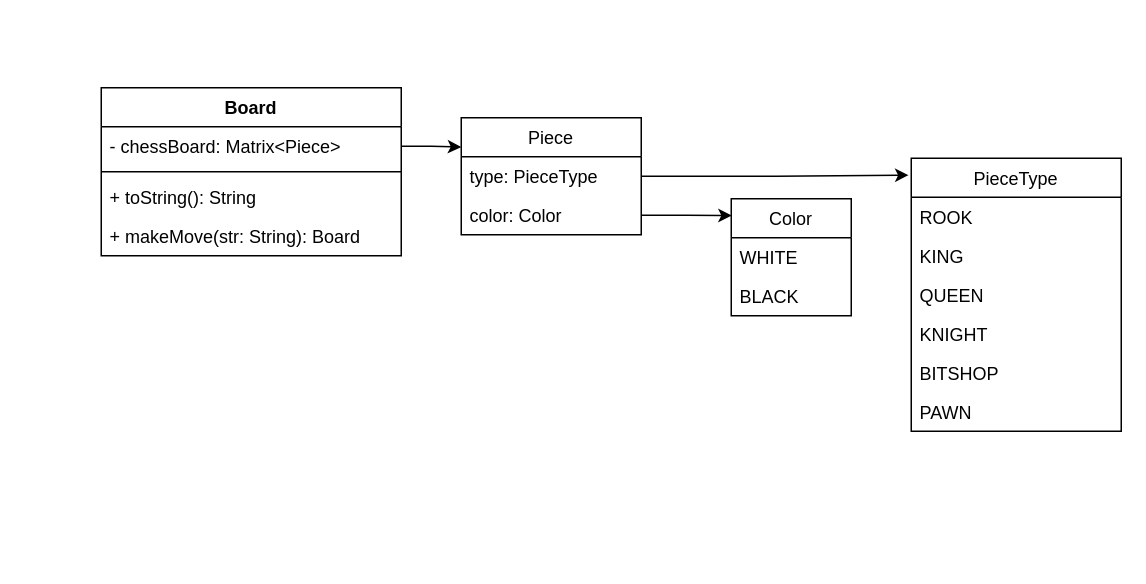
bodybuilders-team/desktop-chess keeps this draw.io diagram as docs/DesktopChessDiagram.drawio. Above is the earlier version. Source tidied: cells renumbered, new cells numbered last; positions are measured from the earlier drawing's top-left corner, leaving out a move shared by most shapes. Both pictures are drawn from the tidied source at 150%, with x=0, y=0 at pixel (100, 87).
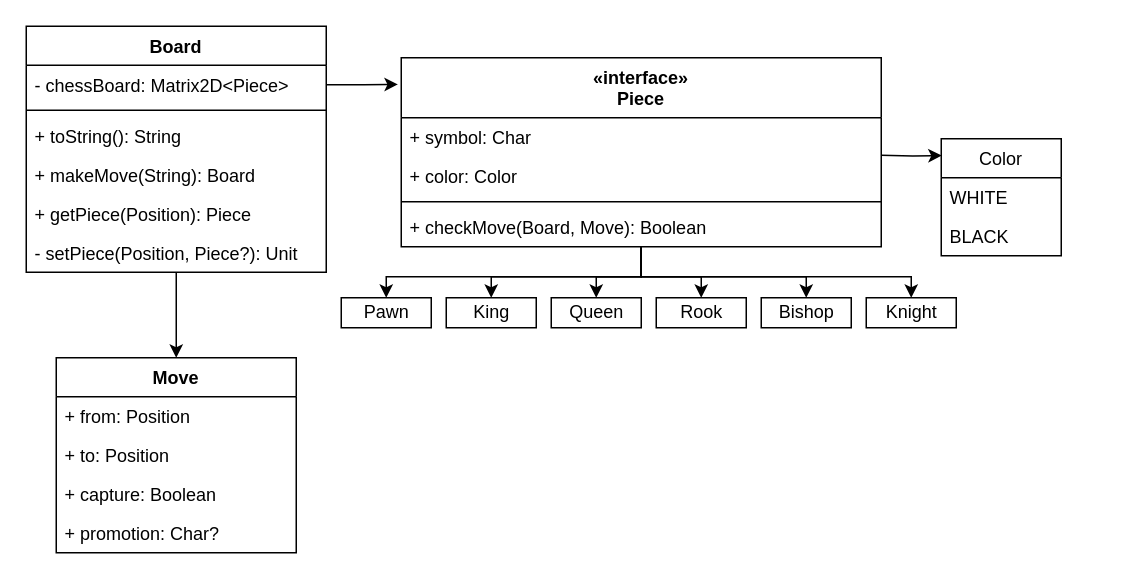
After the change.

Commit message (it also covers changes not shown here):
Move file created. checkMove functions updated.

Diff of the diagram source:
```diff
@@
+    <mxCell id="23" style="edgeStyle=orthogonalEdgeStyle;rounded=0;jettySize=auto;html=1;entryX=0.5;entryY=0;entryDx=0;entryDy=0;" parent="1" edge="1" source="2" target="34">
+      <mxGeometry relative="1" as="geometry" />
+    </mxCell>
+    <mxCell id="24" style="edgeStyle=orthogonalEdgeStyle;rounded=0;jettySize=auto;html=1;entryX=0.5;entryY=0;entryDx=0;entryDy=0;" parent="1" edge="1" source="2" target="39">
+      <mxGeometry relative="1" as="geometry" />
+    </mxCell>
+    <mxCell id="25" style="edgeStyle=orthogonalEdgeStyle;rounded=0;jettySize=auto;html=1;entryX=0.5;entryY=0;entryDx=0;entryDy=0;" parent="1" edge="1" source="2" target="36">
+      <mxGeometry relative="1" as="geometry" />
+    </mxCell>
+    <mxCell id="26" style="edgeStyle=orthogonalEdgeStyle;rounded=0;jettySize=auto;html=1;entryX=0.5;entryY=0;entryDx=0;entryDy=0;" parent="1" edge="1" source="2" target="37">
+      <mxGeometry relative="1" as="geometry" />
+    </mxCell>
+    <mxCell id="27" style="edgeStyle=orthogonalEdgeStyle;rounded=0;jettySize=auto;html=1;entryX=0.5;entryY=0;entryDx=0;entryDy=0;" parent="1" edge="1" source="2" target="35">
+      <mxGeometry relative="1" as="geometry" />
+    </mxCell>
+    <mxCell id="28" style="edgeStyle=orthogonalEdgeStyle;rounded=0;jettySize=auto;html=1;entryX=0.5;entryY=0;entryDx=0;entryDy=0;" parent="1" edge="1" source="2" target="38">
+      <mxGeometry relative="1" as="geometry" />
+    </mxCell>
-    <mxCell id="2" value="Piece" style="swimlane;fontStyle=0;horizontal=1;startSize=26;fillColor=none;" parent="1" vertex="1">
-      <mxGeometry x="240" y="20" width="120" height="78" as="geometry" />
+    <mxCell id="2" value="«interface»&#10;Piece" style="swimlane;fontStyle=1;horizontal=1;startSize=40;fillColor=none;" parent="1" vertex="1">
+      <mxGeometry x="200" y="-20" width="320" height="126" as="geometry" />
     </mxCell>
-    <mxCell id="3" value="type: PieceType" style="text;strokeColor=none;fillColor=none;align=left;verticalAlign=top;spacingLeft=4;spacingRight=4;overflow=hidden;points=[[0,0.5],[1,0.5]];portConstraint=eastwest;" parent="2" vertex="1">
-      <mxGeometry y="26" width="120" height="26" as="geometry" />
+    <mxCell id="3" value="+ symbol: Char" style="text;strokeColor=none;fillColor=none;align=left;verticalAlign=top;spacingLeft=4;spacingRight=4;overflow=hidden;points=[[0,0.5],[1,0.5]];portConstraint=eastwest;" parent="2" vertex="1">
+      <mxGeometry y="40" width="320" height="26" as="geometry" />
     </mxCell>
-    <mxCell id="4" value="color: Color" style="text;strokeColor=none;fillColor=none;align=left;verticalAlign=top;spacingLeft=4;spacingRight=4;overflow=hidden;points=[[0,0.5],[1,0.5]];portConstraint=eastwest;" parent="2" vertex="1">
-      <mxGeometry y="52" width="120" height="26" as="geometry" />
+    <mxCell id="4" value="+ color: Color" style="text;strokeColor=none;fillColor=none;align=left;verticalAlign=top;spacingLeft=4;spacingRight=4;overflow=hidden;points=[[0,0.5],[1,0.5]];portConstraint=eastwest;" parent="2" vertex="1">
+      <mxGeometry y="66" width="320" height="26" as="geometry" />
     </mxCell>
-    <mxCell id="5" value="PieceType" style="swimlane;fontStyle=0;horizontal=1;startSize=26;fillColor=none;" parent="1" vertex="1">
-      <mxGeometry x="540" y="47" width="140" height="182" as="geometry" />
-    </mxCell>
-    <mxCell id="6" value="ROOK" style="text;strokeColor=none;fillColor=none;align=left;verticalAlign=top;spacingLeft=4;spacingRight=4;overflow=hidden;" parent="5" vertex="1">
-      <mxGeometry y="26" width="140" height="26" as="geometry" />
-    </mxCell>
-    <mxCell id="7" value="KING" style="text;strokeColor=none;fillColor=none;align=left;verticalAlign=top;spacingLeft=4;spacingRight=4;overflow=hidden;" parent="5" vertex="1">
-      <mxGeometry y="52" width="140" height="26" as="geometry" />
-    </mxCell>
-    <mxCell id="8" value="QUEEN" style="text;strokeColor=none;fillColor=none;align=left;verticalAlign=top;spacingLeft=4;spacingRight=4;overflow=hidden;" parent="5" vertex="1">
-      <mxGeometry y="78" width="140" height="26" as="geometry" />
-    </mxCell>
-    <mxCell id="9" value="KNIGHT" style="text;strokeColor=none;fillColor=none;align=left;verticalAlign=top;spacingLeft=4;spacingRight=4;overflow=hidden;" parent="5" vertex="1">
-      <mxGeometry y="104" width="140" height="26" as="geometry" />
-    </mxCell>
-    <mxCell id="10" value="BITSHOP" style="text;strokeColor=none;fillColor=none;align=left;verticalAlign=top;spacingLeft=4;spacingRight=4;overflow=hidden;" parent="5" vertex="1">
-      <mxGeometry y="130" width="140" height="26" as="geometry" />
-    </mxCell>
-    <mxCell id="11" value="PAWN" style="text;strokeColor=none;fillColor=none;align=left;verticalAlign=top;spacingLeft=4;spacingRight=4;overflow=hidden;" parent="5" vertex="1">
-      <mxGeometry y="156" width="140" height="26" as="geometry" />
-    </mxCell>
+    <mxCell id="29" style="line;strokeWidth=1;fillColor=none;align=left;verticalAlign=middle;spacingTop=-1;spacingLeft=3;spacingRight=3;labelPosition=right;" parent="2" vertex="1">
+      <mxGeometry y="92" width="320" height="8" as="geometry" />
+    </mxCell>
+    <mxCell id="30" value="+ checkMove(Board, Move): Boolean" style="text;strokeColor=none;fillColor=none;align=left;verticalAlign=top;spacingLeft=4;spacingRight=4;overflow=hidden;" parent="2" vertex="1">
+      <mxGeometry y="100" width="320" height="26" as="geometry" />
+    </mxCell>
+    <mxCell id="22" style="edgeStyle=orthogonalEdgeStyle;rounded=0;jettySize=auto;html=1;entryX=-0.007;entryY=0.141;entryDx=0;entryDy=0;entryPerimeter=0;exitX=1;exitY=0.5;exitDx=0;exitDy=0;" parent="1" edge="1" source="13" target="2">
+      <mxGeometry relative="1" as="geometry" />
+    </mxCell>
+    <mxCell id="31" style="edgeStyle=orthogonalEdgeStyle;rounded=0;jettySize=auto;html=1;entryX=0.5;entryY=0;entryDx=0;entryDy=0;" parent="1" edge="1" source="12" target="40">
+      <mxGeometry relative="1" as="geometry" />
+    </mxCell>
     <mxCell id="12" value="Board" style="swimlane;fontStyle=1;align=center;verticalAlign=top;horizontal=1;startSize=26;" parent="1" vertex="1">
-      <mxGeometry width="200" height="112" as="geometry" />
+      <mxGeometry x="-50" y="-41" width="200" height="164" as="geometry" />
     </mxCell>
-    <mxCell id="13" value="- chessBoard: Matrix&lt;Piece&gt;" style="text;strokeColor=none;fillColor=none;align=left;verticalAlign=top;spacingLeft=4;spacingRight=4;overflow=hidden;points=[[0,0.5],[1,0.5]];portConstraint=eastwest;" parent="12" vertex="1">
+    <mxCell id="13" value="- chessBoard: Matrix2D&lt;Piece&gt;" style="text;strokeColor=none;fillColor=none;align=left;verticalAlign=top;spacingLeft=4;spacingRight=4;overflow=hidden;points=[[0,0.5],[1,0.5]];portConstraint=eastwest;" parent="12" vertex="1">
       <mxGeometry y="26" width="200" height="26" as="geometry" />
     </mxCell>
@@
-    <mxCell id="16" value="+ makeMove(str: String): Board" style="text;strokeColor=none;fillColor=none;align=left;verticalAlign=top;spacingLeft=4;spacingRight=4;overflow=hidden;" parent="12" vertex="1">
+    <mxCell id="16" value="+ makeMove(String): Board" style="text;strokeColor=none;fillColor=none;align=left;verticalAlign=top;spacingLeft=4;spacingRight=4;overflow=hidden;" parent="12" vertex="1">
       <mxGeometry y="86" width="200" height="26" as="geometry" />
     </mxCell>
+    <mxCell id="32" value="+ getPiece(Position): Piece" style="text;strokeColor=none;fillColor=none;align=left;verticalAlign=top;spacingLeft=4;spacingRight=4;overflow=hidden;" parent="12" vertex="1">
+      <mxGeometry y="112" width="200" height="26" as="geometry" />
+    </mxCell>
+    <mxCell id="33" value="- setPiece(Position, Piece?): Unit" style="text;strokeColor=none;fillColor=none;align=left;verticalAlign=top;spacingLeft=4;spacingRight=4;overflow=hidden;" parent="12" vertex="1">
+      <mxGeometry y="138" width="200" height="26" as="geometry" />
+    </mxCell>
     <mxCell id="17" value="Color" style="swimlane;fontStyle=0;horizontal=1;startSize=26;fillColor=none;" parent="1" vertex="1">
-      <mxGeometry x="420" y="74" width="80" height="78" as="geometry" />
+      <mxGeometry x="560" y="34" width="80" height="78" as="geometry" />
     </mxCell>
@@
-    <mxCell id="20" style="edgeStyle=orthogonalEdgeStyle;rounded=0;jettySize=auto;html=1;entryX=0.004;entryY=0.144;entryDx=0;entryDy=0;entryPerimeter=0;" parent="1" edge="1" source="4" target="17">
-      <mxGeometry relative="1" as="geometry" />
+    <mxCell id="20" style="edgeStyle=orthogonalEdgeStyle;rounded=0;jettySize=auto;html=1;entryX=0.004;entryY=0.144;entryDx=0;entryDy=0;entryPerimeter=0;" parent="1" edge="1" target="17">
+      <mxGeometry relative="1" as="geometry">
+        <mxPoint x="520" y="45" as="sourcePoint" />
+      </mxGeometry>
     </mxCell>
-    <mxCell id="21" style="edgeStyle=orthogonalEdgeStyle;rounded=0;jettySize=auto;html=1;entryX=-0.013;entryY=0.062;entryDx=0;entryDy=0;entryPerimeter=0;" parent="1" edge="1" source="3" target="5">
-      <mxGeometry relative="1" as="geometry" />
-    </mxCell>
-    <mxCell id="22" style="edgeStyle=orthogonalEdgeStyle;rounded=0;jettySize=auto;html=1;entryX=0;entryY=0.25;entryDx=0;entryDy=0;" parent="1" edge="1" source="13" target="2">
-      <mxGeometry relative="1" as="geometry" />
-    </mxCell>
+    <mxCell id="34" value="Pawn" style="html=1;" parent="1" vertex="1">
+      <mxGeometry x="160" y="140" width="60" height="20" as="geometry" />
+    </mxCell>
+    <mxCell id="35" value="King" style="html=1;" parent="1" vertex="1">
+      <mxGeometry x="230" y="140" width="60" height="20" as="geometry" />
+    </mxCell>
+    <mxCell id="36" value="Queen" style="html=1;" parent="1" vertex="1">
+      <mxGeometry x="300" y="140" width="60" height="20" as="geometry" />
+    </mxCell>
+    <mxCell id="37" value="Rook" style="html=1;" parent="1" vertex="1">
+      <mxGeometry x="370" y="140" width="60" height="20" as="geometry" />
+    </mxCell>
+    <mxCell id="38" value="Bishop" style="html=1;" parent="1" vertex="1">
+      <mxGeometry x="440" y="140" width="60" height="20" as="geometry" />
+    </mxCell>
+    <mxCell id="39" value="Knight" style="html=1;" parent="1" vertex="1">
+      <mxGeometry x="510" y="140" width="60" height="20" as="geometry" />
+    </mxCell>
+    <mxCell id="40" value="Move" style="swimlane;fontStyle=1;align=center;verticalAlign=top;horizontal=1;startSize=26;" parent="1" vertex="1">
+      <mxGeometry x="-30" y="180" width="160" height="130" as="geometry" />
+    </mxCell>
+    <mxCell id="41" value="+ from: Position&#10;" style="text;strokeColor=none;fillColor=none;align=left;verticalAlign=top;spacingLeft=4;spacingRight=4;overflow=hidden;" parent="40" vertex="1">
+      <mxGeometry y="26" width="160" height="26" as="geometry" />
+    </mxCell>
+    <mxCell id="42" value="+ to: Position&#10;" style="text;strokeColor=none;fillColor=none;align=left;verticalAlign=top;spacingLeft=4;spacingRight=4;overflow=hidden;" parent="40" vertex="1">
+      <mxGeometry y="52" width="160" height="26" as="geometry" />
+    </mxCell>
+    <mxCell id="43" value="+ capture: Boolean&#10;" style="text;strokeColor=none;fillColor=none;align=left;verticalAlign=top;spacingLeft=4;spacingRight=4;overflow=hidden;" parent="40" vertex="1">
+      <mxGeometry y="78" width="160" height="26" as="geometry" />
+    </mxCell>
+    <mxCell id="44" value="+ promotion: Char?" style="text;strokeColor=none;fillColor=none;align=left;verticalAlign=top;spacingLeft=4;spacingRight=4;overflow=hidden;" parent="40" vertex="1">
+      <mxGeometry y="104" width="160" height="26" as="geometry" />
+    </mxCell>
```
